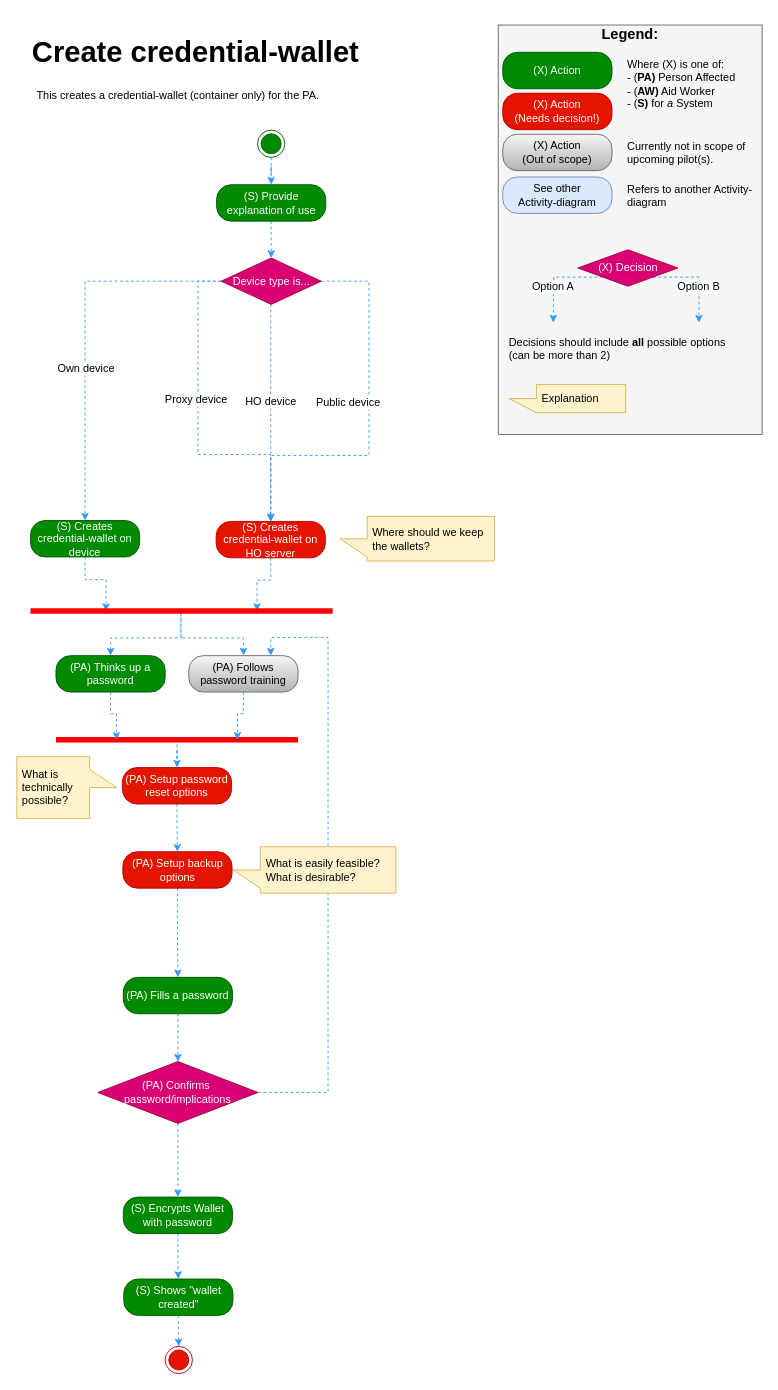
Above: Activity Diagrams/Create credential-wallet activity.drawio in nsward/diagrams (draw.io), before the change. Source tidied: cells renumbered, new cells numbered last; positions are measured from the earlier drawing's top-left corner, leaving out a move shared by most shapes. Both pictures are drawn from the tidied source at 91%, with x=0, y=0 at pixel (15, 15).
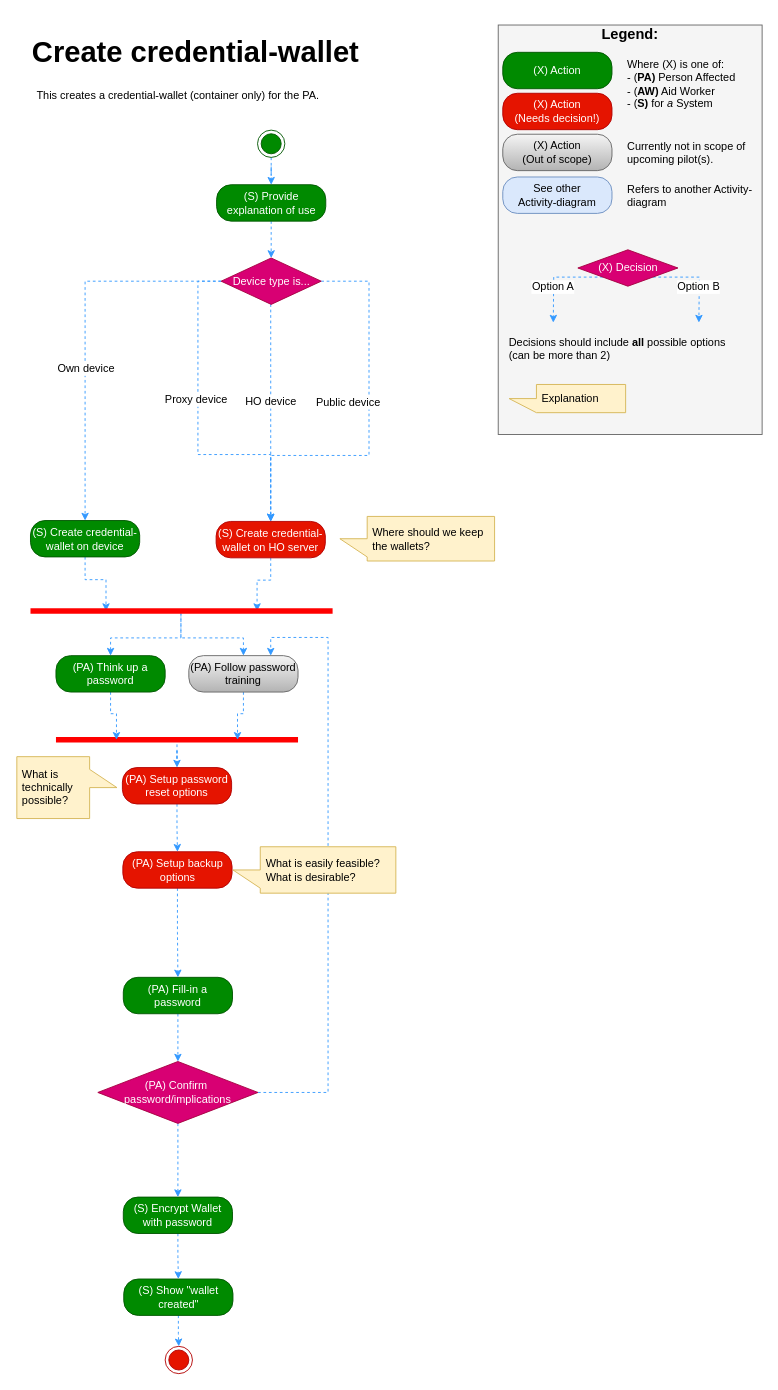
The same page after the edit.

Commit message:
AB#148 : Update "Create a credential-wallet" activity

Change to the diagram source:
```diff
@@
-    <mxCell id="7" value="(S) Creates credential-wallet on device&lt;br&gt;" style="rounded=1;whiteSpace=wrap;html=1;arcSize=40;fillColor=#008a00;strokeColor=#005700;fontColor=#ffffff;" parent="1" vertex="1">
+    <mxCell id="7" value="(S) Create credential-wallet on device&lt;br&gt;" style="rounded=1;whiteSpace=wrap;html=1;arcSize=40;fillColor=#008a00;strokeColor=#005700;fontColor=#ffffff;" parent="1" vertex="1">
       <mxGeometry x="16" y="554.5" width="120" height="40" as="geometry" />
     </mxCell>
@@
-    <mxCell id="9" value="(PA) Fills a password" style="rounded=1;whiteSpace=wrap;html=1;arcSize=40;fillColor=#008a00;strokeColor=#005700;fontColor=#ffffff;" parent="1" vertex="1">
+    <mxCell id="9" value="(PA) Fill-in a password" style="rounded=1;whiteSpace=wrap;html=1;arcSize=40;fillColor=#008a00;strokeColor=#005700;fontColor=#ffffff;" parent="1" vertex="1">
       <mxGeometry x="118" y="1056.5" width="120" height="40" as="geometry" />
     </mxCell>
@@
-    <mxCell id="14" value="(S) Encrypts Wallet with password&lt;br&gt;" style="rounded=1;whiteSpace=wrap;html=1;arcSize=40;fillColor=#008a00;strokeColor=#005700;fontColor=#ffffff;" parent="1" vertex="1">
+    <mxCell id="14" value="(S) Encrypt Wallet with password&lt;br&gt;" style="rounded=1;whiteSpace=wrap;html=1;arcSize=40;fillColor=#008a00;strokeColor=#005700;fontColor=#ffffff;" parent="1" vertex="1">
       <mxGeometry x="118" y="1298" width="120" height="40" as="geometry" />
     </mxCell>
@@
-    <mxCell id="16" value="(S) Shows &quot;wallet created&quot;&lt;br&gt;" style="rounded=1;whiteSpace=wrap;html=1;arcSize=40;fillColor=#008a00;strokeColor=#005700;fontColor=#ffffff;" parent="1" vertex="1">
+    <mxCell id="16" value="(S) Show &quot;wallet created&quot;&lt;br&gt;" style="rounded=1;whiteSpace=wrap;html=1;arcSize=40;fillColor=#008a00;strokeColor=#005700;fontColor=#ffffff;" parent="1" vertex="1">
       <mxGeometry x="118.5" y="1388" width="120" height="40" as="geometry" />
     </mxCell>
@@
-    <mxCell id="18" value="(PA) Confirms&amp;nbsp; password/implications" style="rhombus;whiteSpace=wrap;html=1;fillColor=#d80073;strokeColor=#A50040;fontColor=#ffffff;" parent="1" vertex="1">
+    <mxCell id="18" value="(PA) Confirm&amp;nbsp; password/implications" style="rhombus;whiteSpace=wrap;html=1;fillColor=#d80073;strokeColor=#A50040;fontColor=#ffffff;" parent="1" vertex="1">
       <mxGeometry x="90" y="1149" width="176" height="68" as="geometry" />
     </mxCell>
@@
-    <mxCell id="29" value="(S) Creates credential-wallet on HO server&lt;br&gt;" style="rounded=1;whiteSpace=wrap;html=1;arcSize=40;fillColor=#e51400;strokeColor=#B20000;fontColor=#ffffff;" parent="1" vertex="1">
+    <mxCell id="29" value="(S) Create credential-wallet on HO server&lt;br&gt;" style="rounded=1;whiteSpace=wrap;html=1;arcSize=40;fillColor=#e51400;strokeColor=#B20000;fontColor=#ffffff;" parent="1" vertex="1">
       <mxGeometry x="220" y="555.5" width="120" height="40" as="geometry" />
     </mxCell>
@@
-    <mxCell id="58" value="(PA) Follows password training" style="rounded=1;whiteSpace=wrap;html=1;arcSize=40;fillColor=#f5f5f5;strokeColor=#666666;gradientColor=#b3b3b3;" parent="1" vertex="1">
+    <mxCell id="58" value="(PA) Follow password training" style="rounded=1;whiteSpace=wrap;html=1;arcSize=40;fillColor=#f5f5f5;strokeColor=#666666;gradientColor=#b3b3b3;" parent="1" vertex="1">
       <mxGeometry x="190" y="703" width="120" height="40" as="geometry" />
     </mxCell>
@@
-    <mxCell id="60" value="(PA) Thinks up a password" style="rounded=1;whiteSpace=wrap;html=1;arcSize=40;fillColor=#008a00;strokeColor=#005700;fontColor=#ffffff;" parent="1" vertex="1">
+    <mxCell id="60" value="(PA) Think up a password" style="rounded=1;whiteSpace=wrap;html=1;arcSize=40;fillColor=#008a00;strokeColor=#005700;fontColor=#ffffff;" parent="1" vertex="1">
       <mxGeometry x="44" y="703" width="120" height="40" as="geometry" />
     </mxCell>
```
